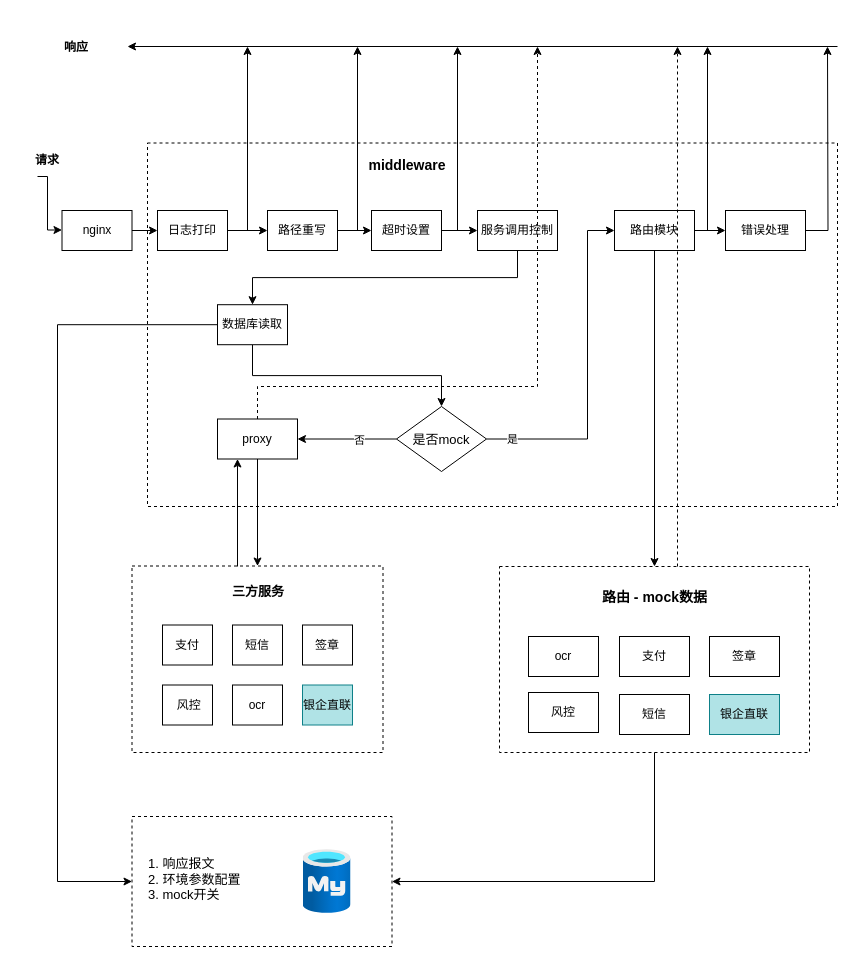
This is mock-server.drawio from zlv2s/diagram, a draw.io file, before an edit. Source tidied: cells renumbered, new cells numbered last; positions are measured from the earlier drawing's top-left corner, leaving out a move shared by most shapes. Both pictures are drawn from the tidied source at 100%, with x=0, y=0 at pixel (17, 32).
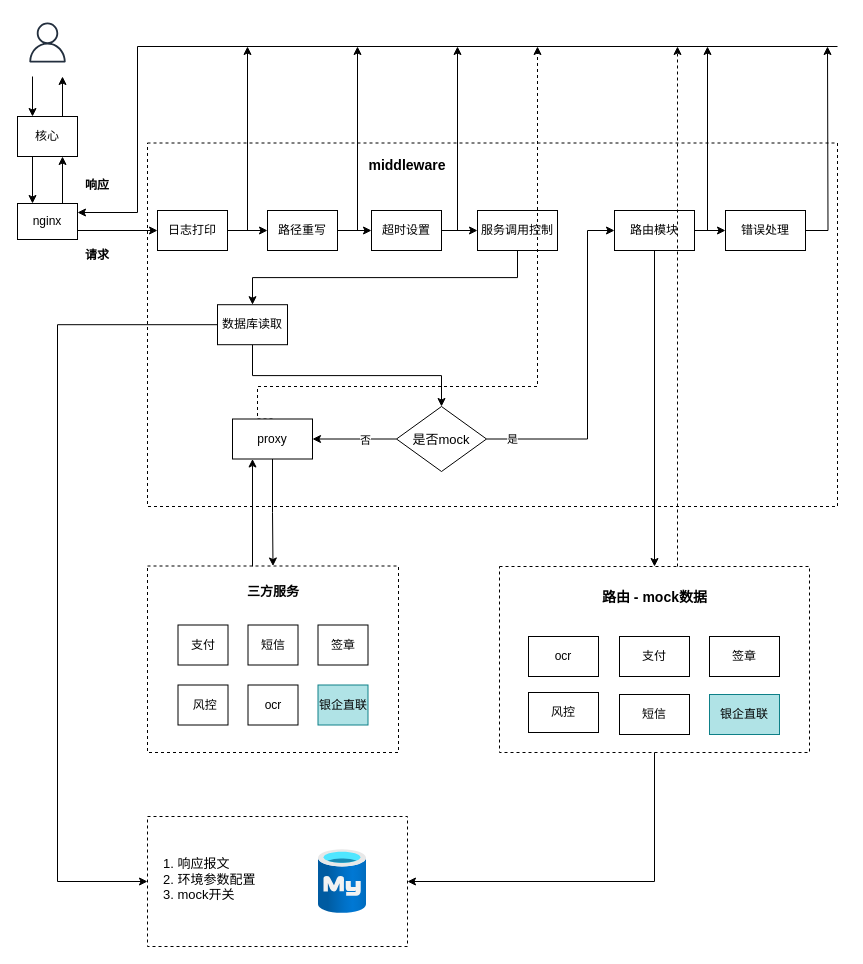
Above is the later version.

The change refers to these unchanged cells:
```xml
<mxCell id="5" value="日志打印" style="rounded=0;whiteSpace=wrap;html=1;" parent="1" vertex="1">
  <mxGeometry x="140" y="178" width="70" height="40" as="geometry" />
</mxCell>
```

Diff of the diagram source:
```diff
@@
-    <mxCell id="3" value="请求" style="text;html=1;strokeColor=none;fillColor=none;align=center;verticalAlign=middle;whiteSpace=wrap;rounded=0;fontStyle=1;" parent="1" vertex="1">
-      <mxGeometry y="113" width="60" height="30" as="geometry" />
-    </mxCell>
@@
     <mxCell id="34" value="proxy" style="rounded=0;whiteSpace=wrap;html=1;" parent="1" vertex="1">
-      <mxGeometry x="200" y="386.5" width="80" height="40" as="geometry" />
+      <mxGeometry x="215" y="386.5" width="80" height="40" as="geometry" />
     </mxCell>
-    <mxCell id="35" style="endArrow=classic;html=1;rounded=0;fontSize=13;" parent="1" edge="1">
+    <mxCell id="35" style="endArrow=classic;html=1;rounded=0;fontSize=13;edgeStyle=orthogonalEdgeStyle;entryX=1;entryY=0.25;entryDx=0;entryDy=0;" parent="1" edge="1" target="52">
       <mxGeometry relative="1" as="geometry">
         <mxPoint x="820" y="14" as="sourcePoint" />
-        <mxPoint x="110" y="14" as="targetPoint" />
+        <Array as="points">
+          <mxPoint x="120" y="14" />
+          <mxPoint x="120" y="180" />
+        </Array>
       </mxGeometry>
     </mxCell>
@@
     <mxCell id="40" value="响应" style="text;html=1;strokeColor=none;fillColor=none;align=center;verticalAlign=middle;whiteSpace=wrap;rounded=0;fontStyle=1;" parent="1" vertex="1">
-      <mxGeometry x="29" width="60" height="30" as="geometry" />
+      <mxGeometry x="50" y="138" width="60" height="30" as="geometry" />
     </mxCell>
@@
     <mxCell id="44" style="group;" parent="1" vertex="1">
-      <mxGeometry x="114.5" y="784" width="260" height="130" as="geometry" />
+      <mxGeometry x="130" y="784" width="260" height="130" as="geometry" />
     </mxCell>
@@
-    <mxCell id="49" style="edgeStyle=orthogonalEdgeStyle;rounded=0;jettySize=auto;html=1;entryX=0.25;entryY=1;entryDx=0;entryDy=0;" parent="1" edge="1" target="34">
-      <mxGeometry relative="1" as="geometry">
-        <mxPoint x="220" y="534" as="sourcePoint" />
-        <Array as="points">
-          <mxPoint x="220" y="534" />
-        </Array>
-      </mxGeometry>
-    </mxCell>
@@
-    <mxCell id="51" style="edgeStyle=orthogonalEdgeStyle;rounded=0;jettySize=auto;html=1;exitX=1;exitY=0.5;exitDx=0;exitDy=0;entryX=0;entryY=0.5;entryDx=0;entryDy=0;" parent="1" edge="1" source="52" target="5">
-      <mxGeometry relative="1" as="geometry" />
-    </mxCell>
-    <mxCell id="52" value="nginx" style="rounded=0;whiteSpace=wrap;html=1;" parent="1" vertex="1">
-      <mxGeometry x="44.5" y="178" width="70" height="40" as="geometry" />
-    </mxCell>
     <mxCell id="53" style="group;" parent="1" vertex="1">
-      <mxGeometry x="114.5" y="533.5" width="251" height="186.5" as="geometry" />
+      <mxGeometry x="130" y="533.5" width="251" height="186.5" as="geometry" />
     </mxCell>
@@
-    <mxCell id="62" style="endArrow=classic;html=1;rounded=0;edgeStyle=orthogonalEdgeStyle;" parent="1" edge="1">
-      <mxGeometry relative="1" as="geometry">
-        <mxPoint x="20" y="144" as="sourcePoint" />
-        <mxPoint x="44.5" y="197.5" as="targetPoint" />
-        <Array as="points">
-          <mxPoint x="30" y="144" />
-          <mxPoint x="30" y="198" />
-        </Array>
-      </mxGeometry>
-    </mxCell>
+    <mxCell id="51" style="edgeStyle=orthogonalEdgeStyle;rounded=0;jettySize=auto;html=1;exitX=1;exitY=0.75;exitDx=0;exitDy=0;entryX=0;entryY=0.5;entryDx=0;entryDy=0;" parent="1" edge="1" source="52" target="5">
+      <mxGeometry relative="1" as="geometry" />
+    </mxCell>
+    <mxCell id="63" style="rounded=0;jettySize=auto;html=1;exitX=0.75;exitY=0;exitDx=0;exitDy=0;entryX=0.75;entryY=1;entryDx=0;entryDy=0;" parent="1" edge="1" source="52" target="66">
+      <mxGeometry relative="1" as="geometry" />
+    </mxCell>
+    <mxCell id="52" value="nginx" style="rounded=0;whiteSpace=wrap;html=1;" parent="1" vertex="1">
+      <mxGeometry y="171" width="60" height="36" as="geometry" />
+    </mxCell>
+    <mxCell id="3" value="请求" style="text;html=1;strokeColor=none;fillColor=none;align=center;verticalAlign=middle;whiteSpace=wrap;rounded=0;fontStyle=1;" parent="1" vertex="1">
+      <mxGeometry x="50" y="208" width="60" height="30" as="geometry" />
+    </mxCell>
+    <mxCell id="64" style="edgeStyle=orthogonalEdgeStyle;rounded=0;jettySize=auto;html=1;entryX=0.25;entryY=1;entryDx=0;entryDy=0;" parent="1" edge="1" target="34">
+      <mxGeometry relative="1" as="geometry">
+        <mxPoint x="235" y="534" as="sourcePoint" />
+        <Array as="points">
+          <mxPoint x="235" y="534" />
+        </Array>
+      </mxGeometry>
+    </mxCell>
+    <mxCell id="65" style="edgeStyle=none;rounded=0;jettySize=auto;html=1;exitX=0.25;exitY=1;exitDx=0;exitDy=0;entryX=0.25;entryY=0;entryDx=0;entryDy=0;" parent="1" edge="1" source="66" target="52">
+      <mxGeometry relative="1" as="geometry" />
+    </mxCell>
+    <mxCell id="66" value="核心" style="rounded=0;whiteSpace=wrap;html=1;" parent="1" vertex="1">
+      <mxGeometry y="84" width="60" height="40" as="geometry" />
+    </mxCell>
+    <mxCell id="67" style="endArrow=classic;html=1;rounded=0;" parent="1" edge="1">
+      <mxGeometry relative="1" as="geometry">
+        <mxPoint x="15" y="44" as="sourcePoint" />
+        <mxPoint x="15" y="84" as="targetPoint" />
+      </mxGeometry>
+    </mxCell>
+    <mxCell id="68" style="endArrow=classic;html=1;rounded=0;" parent="1" edge="1">
+      <mxGeometry relative="1" as="geometry">
+        <mxPoint x="45" y="84" as="sourcePoint" />
+        <mxPoint x="45" y="44" as="targetPoint" />
+      </mxGeometry>
+    </mxCell>
+    <mxCell id="69" style="sketch=0;fontColor=#232F3E;gradientColor=none;strokeColor=#232F3E;fillColor=none;dashed=0;verticalLabelPosition=bottom;verticalAlign=top;align=center;html=1;fontSize=12;fontStyle=0;shape=mxgraph.aws4.resourceIcon;resIcon=mxgraph.aws4.user;" parent="1" vertex="1">
+      <mxGeometry x="5" y="-15" width="50" height="50" as="geometry" />
+    </mxCell>
```
